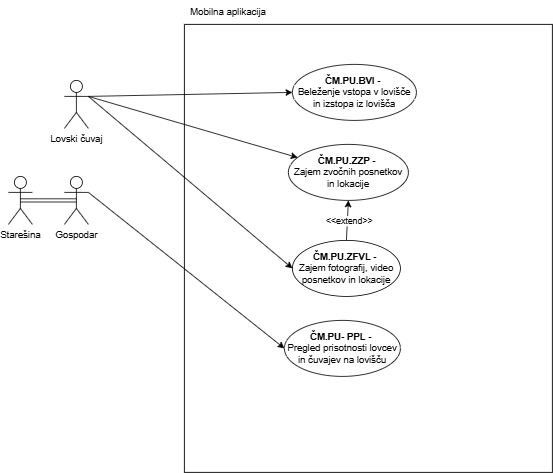
Above: Lovski cuvaj-Mobilna aplikacija.drawio.png in ErnestISv/Lovstvo (draw.io), before the change. Source tidied: cells renumbered, new cells last; positions are measured from the earlier drawing's top-left corner, leaving out a move shared by most shapes.
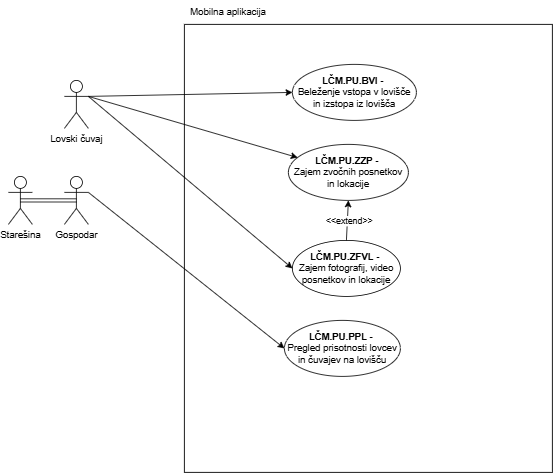
The same file after the commit.

Diff of the diagram source:
```diff
@@ -17,13 +17,13 @@
     <mxCell id="6" value="Gospodar" style="shape=umlActor;verticalLabelPosition=bottom;verticalAlign=top;html=1;outlineConnect=0;" parent="1" vertex="1">
       <mxGeometry x="70" y="220" width="30" height="60" as="geometry" />
     </mxCell>
-    <mxCell id="7" value="&lt;b&gt;ČM.PU.ZZP&lt;/b&gt; -&amp;nbsp;&lt;div&gt;Zajem zvočnih posnetkov in lokacije&lt;/div&gt;" style="ellipse;whiteSpace=wrap;html=1;" parent="1" vertex="1">
+    <mxCell id="7" value="&lt;b&gt;LČM.PU.ZZP&lt;/b&gt; -&amp;nbsp;&lt;div&gt;Zajem zvočnih posnetkov in lokacije&lt;/div&gt;" style="ellipse;whiteSpace=wrap;html=1;" parent="1" vertex="1">
       <mxGeometry x="350" y="180" width="150" height="70" as="geometry" />
     </mxCell>
     <mxCell id="8" style="endArrow=classic;html=1;rounded=0;exitX=1;exitY=0.3333333333333333;exitDx=0;exitDy=0;exitPerimeter=0;" parent="1" edge="1" source="3" target="7">
       <mxGeometry relative="1" as="geometry" />
     </mxCell>
-    <mxCell id="9" value="&lt;b&gt;ČM.PU.ZFVL&lt;/b&gt; -&amp;nbsp;&lt;div&gt;Zajem fotografij, video posnetkov in lokacije&lt;/div&gt;" style="ellipse;whiteSpace=wrap;html=1;" parent="1" vertex="1">
+    <mxCell id="9" value="&lt;b&gt;LČM.PU.ZFVL&lt;/b&gt; -&amp;nbsp;&lt;div&gt;Zajem fotografij, video posnetkov in lokacije&lt;/div&gt;" style="ellipse;whiteSpace=wrap;html=1;" parent="1" vertex="1">
       <mxGeometry x="355" y="300" width="135" height="70" as="geometry" />
     </mxCell>
     <mxCell id="10" style="endArrow=classic;html=1;rounded=0;entryX=0;entryY=0.5;entryDx=0;entryDy=0;" parent="1" edge="1" target="9">
@@ -34,13 +34,13 @@
     <mxCell id="11" value="Mobilna aplikacija" style="text;html=1;align=center;verticalAlign=middle;whiteSpace=wrap;rounded=0;" parent="1" vertex="1">
       <mxGeometry x="220" width="110" height="30" as="geometry" />
     </mxCell>
-    <mxCell id="12" value="&lt;b&gt;ČM.PU- PPL&lt;/b&gt; -&amp;nbsp;&lt;div&gt;Pregled prisotnosti lovcev in čuvajev na lovišču&lt;/div&gt;" style="ellipse;whiteSpace=wrap;html=1;" parent="1" vertex="1">
+    <mxCell id="12" value="&lt;b&gt;LČM.PU.PPL&lt;/b&gt; -&amp;nbsp;&lt;div&gt;Pregled prisotnosti lovcev in čuvajev na lovišču&lt;/div&gt;" style="ellipse;whiteSpace=wrap;html=1;" parent="1" vertex="1">
       <mxGeometry x="345" y="400" width="145" height="70" as="geometry" />
     </mxCell>
     <mxCell id="13" style="endArrow=classic;html=1;rounded=0;exitX=1;exitY=0.3333333333333333;exitDx=0;exitDy=0;exitPerimeter=0;entryX=0;entryY=0.5;entryDx=0;entryDy=0;" parent="1" edge="1" source="6" target="12">
       <mxGeometry relative="1" as="geometry" />
     </mxCell>
-    <mxCell id="14" value="&lt;b&gt;ČM.PU.BVI&lt;/b&gt; -&amp;nbsp;&lt;div&gt;Beleženje vstopa v lovišče in izstopa iz lovišča&lt;/div&gt;" style="ellipse;whiteSpace=wrap;html=1;" parent="1" vertex="1">
+    <mxCell id="14" value="&lt;b&gt;LČM.PU.BVI&lt;/b&gt; -&amp;nbsp;&lt;div&gt;Beleženje vstopa v lovišče in izstopa iz lovišča&lt;/div&gt;" style="ellipse;whiteSpace=wrap;html=1;" parent="1" vertex="1">
       <mxGeometry x="355" y="80" width="155" height="70" as="geometry" />
     </mxCell>
     <mxCell id="15" style="endArrow=classic;html=1;rounded=0;entryX=0;entryY=0.5;entryDx=0;entryDy=0;" parent="1" edge="1" target="14">
```
